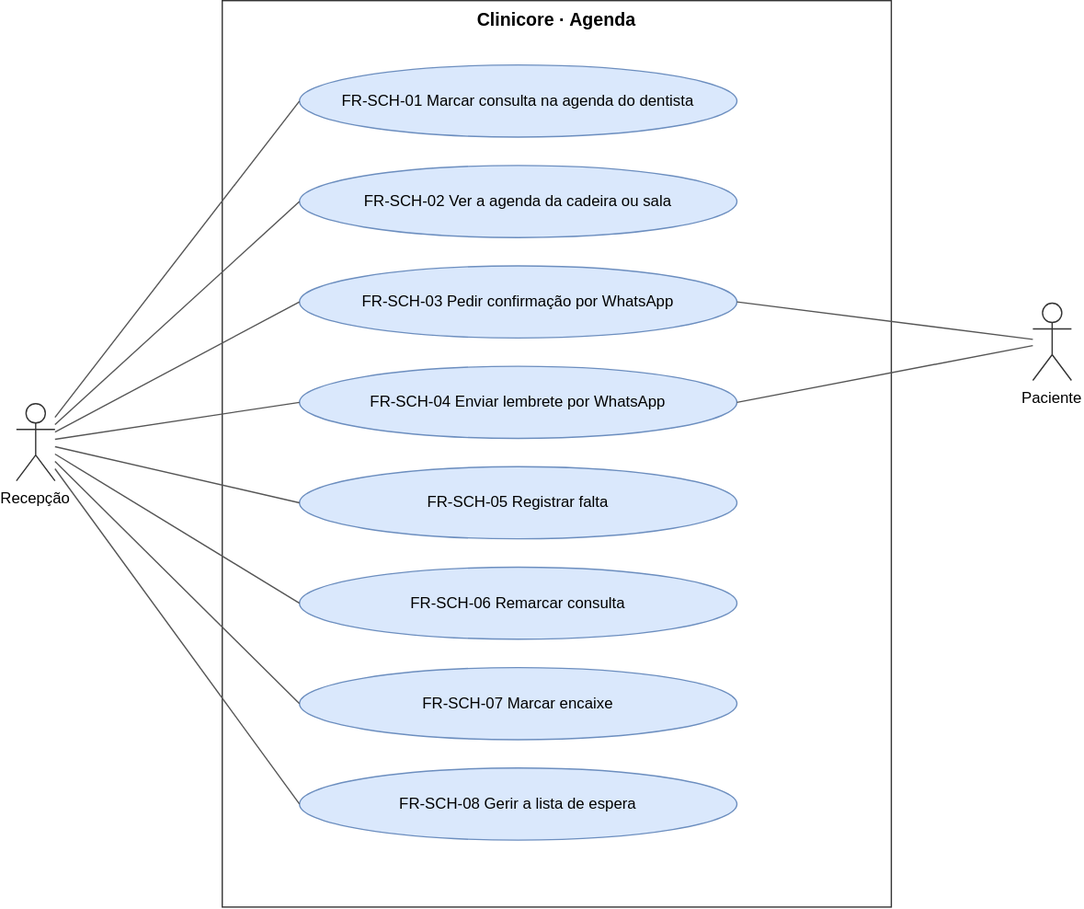
TheoOdawara/clinicore keeps this draw.io diagram as docs/requirements/diagrams/use-cases-scheduling.drawio.svg. Above is the earlier version. Source tidied: cells renumbered, new cells last; positions are measured from the earlier drawing's top-left corner, leaving out a move shared by most shapes.
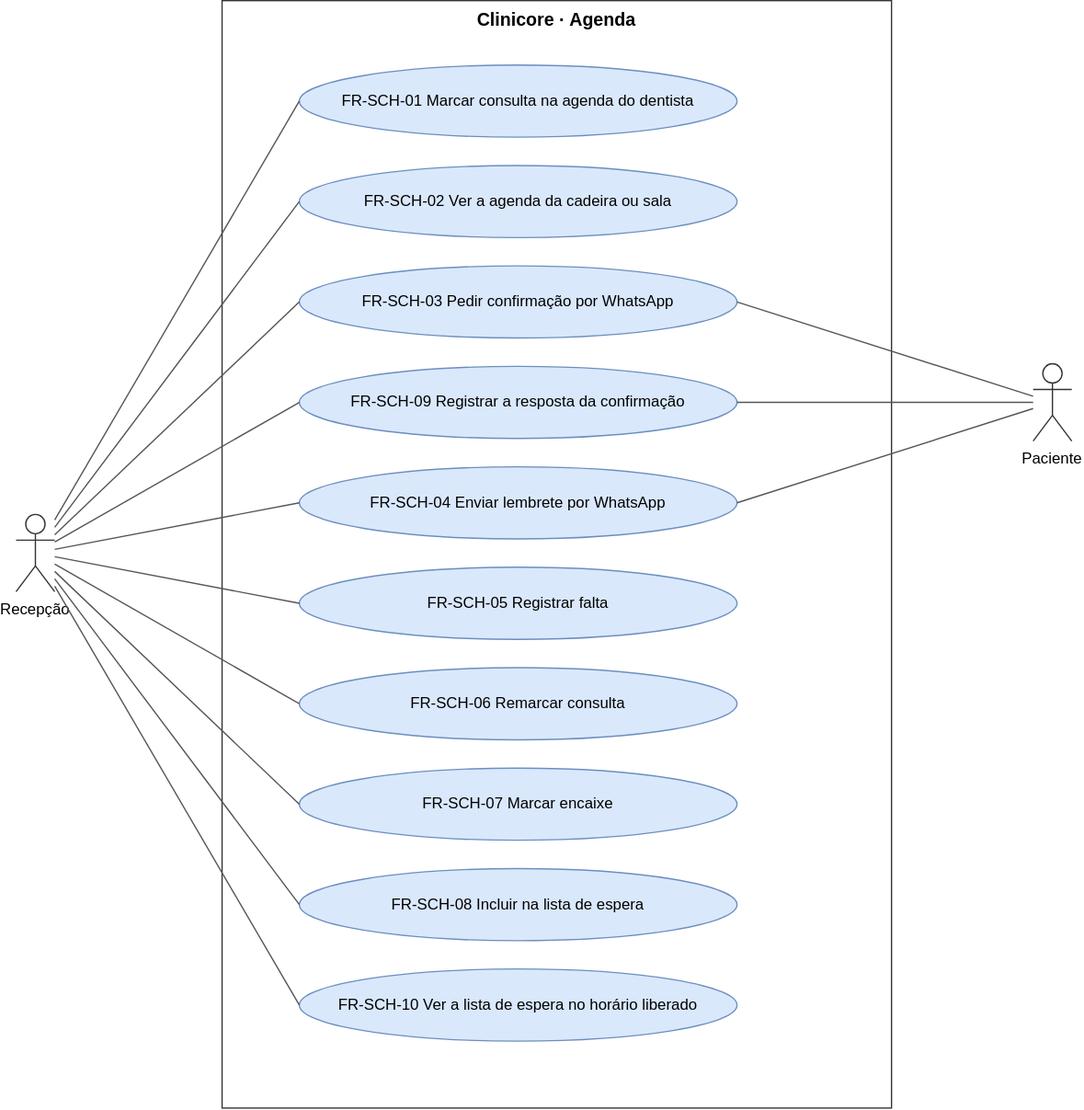
After the change.

Change to the diagram source:
```diff
@@ -3,7 +3,7 @@
     <mxCell id="0" />
     <mxCell id="1" parent="0" />
     <mxCell id="2" value="Clinicore · Agenda" style="rounded=0;whiteSpace=wrap;html=0;fillColor=none;strokeColor=#333333;verticalAlign=top;fontStyle=1;fontSize=14;" parent="1" vertex="1">
-      <mxGeometry x="160" width="520" height="704" as="geometry" />
+      <mxGeometry x="160" width="520" height="860" as="geometry" />
     </mxCell>
     <mxCell id="3" value="FR-SCH-01 Marcar consulta na agenda do dentista" style="ellipse;whiteSpace=wrap;html=0;fillColor=#dae8fc;strokeColor=#6c8ebf;fontSize=12;" parent="1" vertex="1">
       <mxGeometry x="220" y="50" width="340" height="56" as="geometry" />
@@ -15,22 +15,22 @@
       <mxGeometry x="220" y="206" width="340" height="56" as="geometry" />
     </mxCell>
     <mxCell id="6" value="FR-SCH-04 Enviar lembrete por WhatsApp" style="ellipse;whiteSpace=wrap;html=0;fillColor=#dae8fc;strokeColor=#6c8ebf;fontSize=12;" parent="1" vertex="1">
-      <mxGeometry x="220" y="284" width="340" height="56" as="geometry" />
+      <mxGeometry x="220" y="362" width="340" height="56" as="geometry" />
     </mxCell>
     <mxCell id="7" value="FR-SCH-05 Registrar falta" style="ellipse;whiteSpace=wrap;html=0;fillColor=#dae8fc;strokeColor=#6c8ebf;fontSize=12;" parent="1" vertex="1">
-      <mxGeometry x="220" y="362" width="340" height="56" as="geometry" />
+      <mxGeometry x="220" y="440" width="340" height="56" as="geometry" />
     </mxCell>
     <mxCell id="8" value="FR-SCH-06 Remarcar consulta" style="ellipse;whiteSpace=wrap;html=0;fillColor=#dae8fc;strokeColor=#6c8ebf;fontSize=12;" parent="1" vertex="1">
-      <mxGeometry x="220" y="440" width="340" height="56" as="geometry" />
+      <mxGeometry x="220" y="518" width="340" height="56" as="geometry" />
     </mxCell>
     <mxCell id="9" value="FR-SCH-07 Marcar encaixe" style="ellipse;whiteSpace=wrap;html=0;fillColor=#dae8fc;strokeColor=#6c8ebf;fontSize=12;" parent="1" vertex="1">
-      <mxGeometry x="220" y="518" width="340" height="56" as="geometry" />
+      <mxGeometry x="220" y="596" width="340" height="56" as="geometry" />
     </mxCell>
-    <mxCell id="10" value="FR-SCH-08 Gerir a lista de espera" style="ellipse;whiteSpace=wrap;html=0;fillColor=#dae8fc;strokeColor=#6c8ebf;fontSize=12;" parent="1" vertex="1">
-      <mxGeometry x="220" y="596" width="340" height="56" as="geometry" />
+    <mxCell id="10" value="FR-SCH-08 Incluir na lista de espera" style="ellipse;whiteSpace=wrap;html=0;fillColor=#dae8fc;strokeColor=#6c8ebf;fontSize=12;" parent="1" vertex="1">
+      <mxGeometry x="220" y="674" width="340" height="56" as="geometry" />
     </mxCell>
     <mxCell id="11" value="Recepção" style="shape=umlActor;verticalLabelPosition=bottom;verticalAlign=top;html=0;outlineConnect=0;fillColor=#ffffff;strokeColor=#333333;fontSize=12;" parent="1" vertex="1">
-      <mxGeometry y="313" width="30" height="60" as="geometry" />
+      <mxGeometry y="399" width="30" height="60" as="geometry" />
     </mxCell>
     <mxCell id="12" style="endArrow=none;html=0;strokeColor=#555555;entryX=0;entryY=0.5;entryDx=0;entryDy=0;" parent="1" edge="1" source="11" target="3">
       <mxGeometry relative="1" as="geometry" />
@@ -57,7 +57,7 @@
       <mxGeometry relative="1" as="geometry" />
     </mxCell>
     <mxCell id="20" value="Paciente" style="shape=umlActor;verticalLabelPosition=bottom;verticalAlign=top;html=0;outlineConnect=0;fillColor=#ffffff;strokeColor=#333333;fontSize=12;" parent="1" vertex="1">
-      <mxGeometry x="790" y="235" width="30" height="60" as="geometry" />
+      <mxGeometry x="790" y="282" width="30" height="60" as="geometry" />
     </mxCell>
     <mxCell id="21" style="endArrow=none;html=0;strokeColor=#555555;entryX=1;entryY=0.5;entryDx=0;entryDy=0;" parent="1" edge="1" source="20" target="5">
       <mxGeometry relative="1" as="geometry" />
@@ -65,5 +65,20 @@
     <mxCell id="22" style="endArrow=none;html=0;strokeColor=#555555;entryX=1;entryY=0.5;entryDx=0;entryDy=0;" parent="1" edge="1" source="20" target="6">
       <mxGeometry relative="1" as="geometry" />
     </mxCell>
+    <mxCell id="23" value="FR-SCH-09 Registrar a resposta da confirmação" style="ellipse;whiteSpace=wrap;html=0;fillColor=#dae8fc;strokeColor=#6c8ebf;fontSize=12;" parent="1" vertex="1">
+      <mxGeometry x="220" y="284" width="340" height="56" as="geometry" />
+    </mxCell>
+    <mxCell id="24" value="FR-SCH-10 Ver a lista de espera no horário liberado" style="ellipse;whiteSpace=wrap;html=0;fillColor=#dae8fc;strokeColor=#6c8ebf;fontSize=12;" parent="1" vertex="1">
+      <mxGeometry x="220" y="752" width="340" height="56" as="geometry" />
+    </mxCell>
+    <mxCell id="25" style="endArrow=none;html=0;strokeColor=#555555;entryX=0;entryY=0.5;entryDx=0;entryDy=0;" parent="1" edge="1" source="11" target="23">
+      <mxGeometry relative="1" as="geometry" />
+    </mxCell>
+    <mxCell id="26" style="endArrow=none;html=0;strokeColor=#555555;entryX=1;entryY=0.5;entryDx=0;entryDy=0;" parent="1" edge="1" source="20" target="23">
+      <mxGeometry relative="1" as="geometry" />
+    </mxCell>
+    <mxCell id="27" style="endArrow=none;html=0;strokeColor=#555555;entryX=0;entryY=0.5;entryDx=0;entryDy=0;" parent="1" edge="1" source="11" target="24">
+      <mxGeometry relative="1" as="geometry" />
+    </mxCell>
   </root>
 </mxGraphModel>
```
